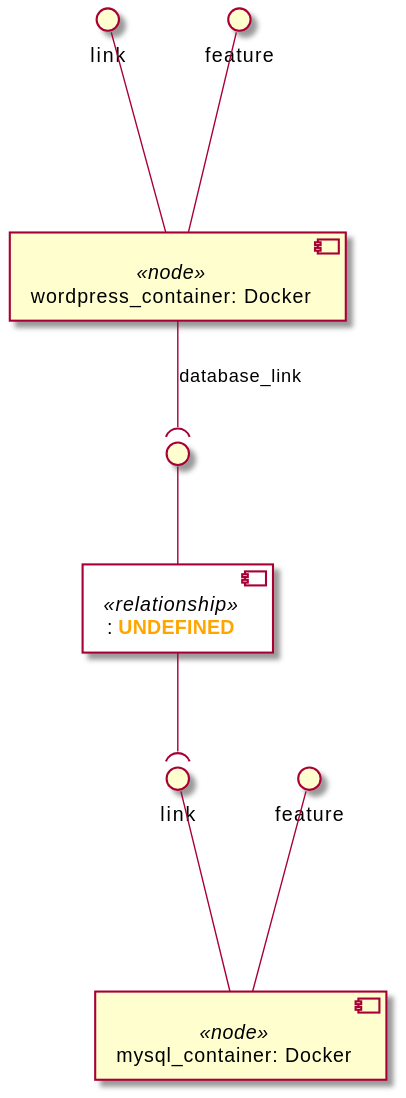
Before: examples/ariatosca/diagrams/uml2/container-1-1.0-uml2-component-diagram2.svg, a diagram exported from PlantUML (Orange-OpenSource/Cloudnet-TOSCA-toolbox).
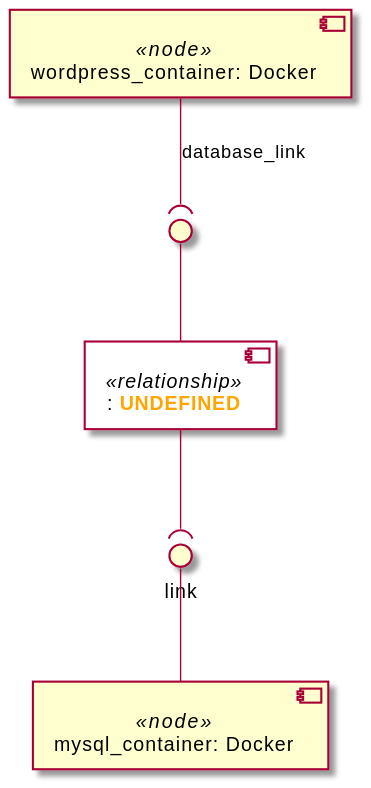
Above is the later version.

Change to the diagram source:
```diff
@@ -4,21 +4,11 @@
   backgroundColor<<relationship>> White
 }
 
-together {
 component "mysql_container: Docker" <<node>> as node_mysql_container
-interface "feature" as node_mysql_container_feature
-node_mysql_container_feature -- node_mysql_container
 interface "link" as node_mysql_container_link
 node_mysql_container_link -- node_mysql_container
-}
 
-together {
 component "wordpress_container: Docker" <<node>> as node_wordpress_container
-interface "feature" as node_wordpress_container_feature
-node_wordpress_container_feature -- node_wordpress_container
-interface "link" as node_wordpress_container_link
-node_wordpress_container_link -- node_wordpress_container
-}
 component ": **<color:orange>UNDEFINED</color>**" <<relationship>> as node_wordpress_container_database_link_relationship0
 interface " " as node_wordpress_container_database_link_relationship0_source
 node_wordpress_container_database_link_relationship0_source -- node_wordpress_container_database_link_relationship0
```
